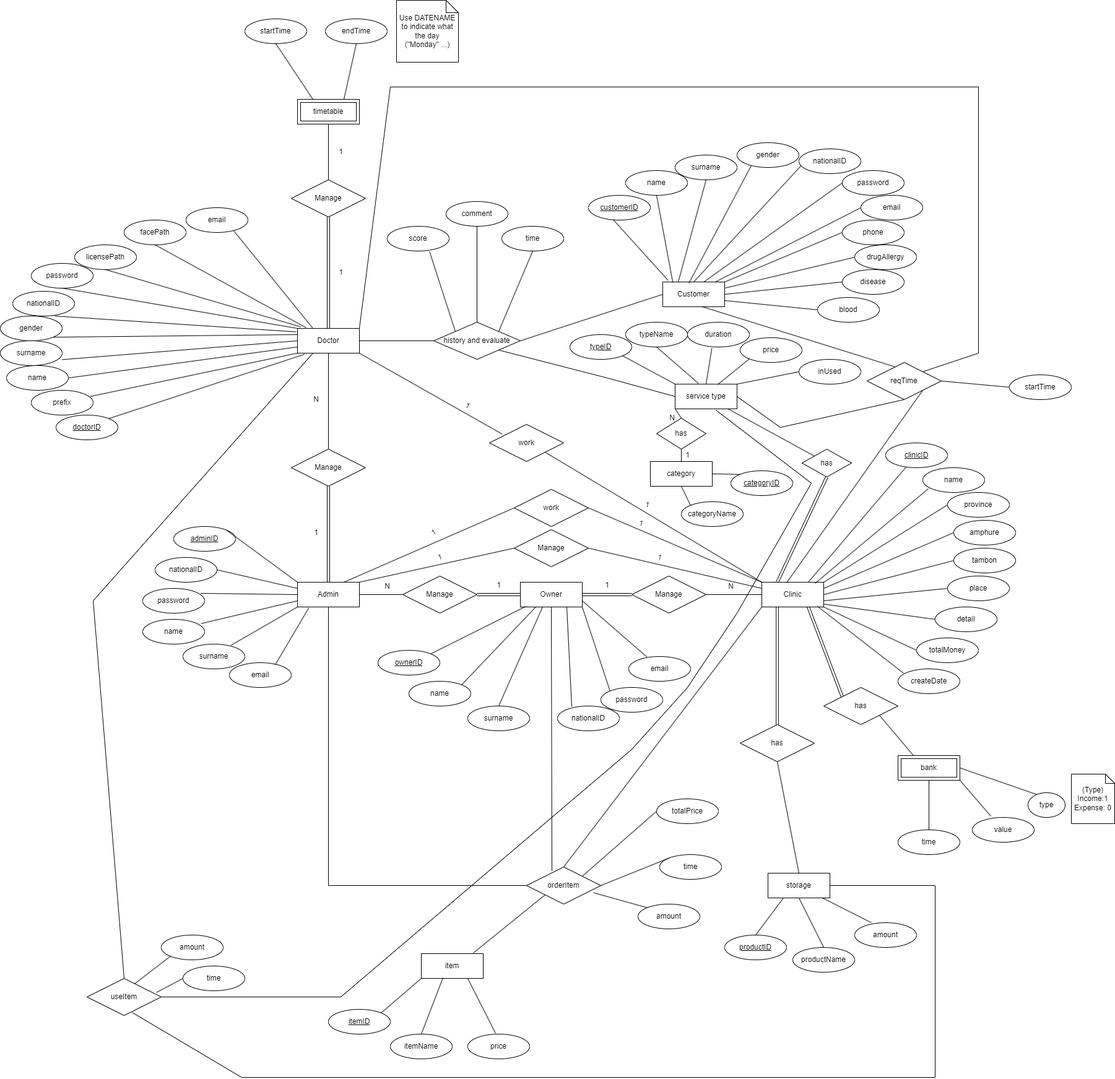
Before: db/er.png, a diagram exported from draw.io (Akaru1xR1N/clinic-project-db). Source tidied: cells renumbered, new cells last; positions are measured from the earlier drawing's top-left corner, leaving out a move shared by most shapes.
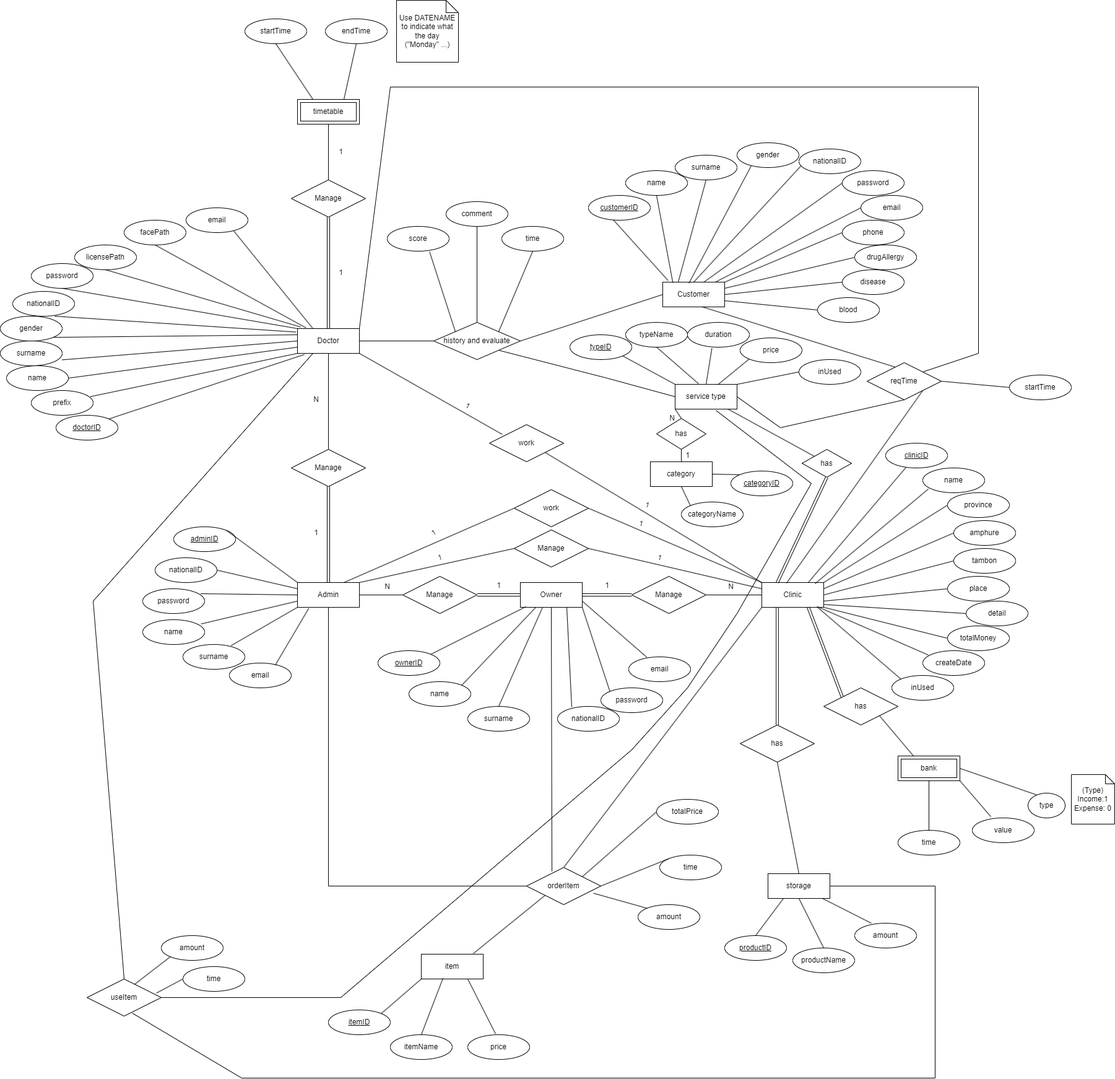
The same diagram one commit later.

Commit message:
Add inUsed state to clinic

Change to the diagram source:
```diff
@@ -123,7 +123,7 @@
       <mxGeometry x="650" y="930" width="120" height="60" as="geometry" />
     </mxCell>
     <mxCell id="42" value="detail" style="ellipse;whiteSpace=wrap;html=1;align=center;" parent="1" vertex="1">
-      <mxGeometry x="1510" y="980" width="100" height="40" as="geometry" />
+      <mxGeometry x="1560" y="970" width="100" height="40" as="geometry" />
     </mxCell>
     <mxCell id="43" style="endArrow=none;html=1;rounded=0;exitX=1;exitY=0.5;exitDx=0;exitDy=0;entryX=0;entryY=0.5;entryDx=0;entryDy=0;" parent="1" edge="1" source="33" target="4">
       <mxGeometry relative="1" as="geometry" />
@@ -279,7 +279,7 @@
       <mxGeometry relative="1" as="geometry" />
     </mxCell>
     <mxCell id="94" value="totalMoney" style="ellipse;whiteSpace=wrap;html=1;align=center;" parent="1" vertex="1">
-      <mxGeometry x="1480" y="1030" width="100" height="40" as="geometry" />
+      <mxGeometry x="1530" y="1010" width="100" height="40" as="geometry" />
     </mxCell>
     <mxCell id="95" style="endArrow=none;html=1;rounded=0;exitX=1;exitY=1;exitDx=0;exitDy=0;entryX=0;entryY=0.5;entryDx=0;entryDy=0;" parent="1" edge="1" source="4" target="94">
       <mxGeometry relative="1" as="geometry" />
@@ -631,7 +631,7 @@
       <mxGeometry relative="1" as="geometry" />
     </mxCell>
     <mxCell id="204" value="createDate" style="ellipse;whiteSpace=wrap;html=1;align=center;" parent="1" vertex="1">
-      <mxGeometry x="1450" y="1080" width="100" height="40" as="geometry" />
+      <mxGeometry x="1490" y="1050" width="100" height="40" as="geometry" />
     </mxCell>
     <mxCell id="205" style="endArrow=none;html=1;rounded=0;exitX=0.9;exitY=0.975;exitDx=0;exitDy=0;exitPerimeter=0;entryX=0.09;entryY=0.175;entryDx=0;entryDy=0;entryPerimeter=0;" parent="1" edge="1" source="4" target="204">
       <mxGeometry relative="1" as="geometry" />
@@ -695,5 +695,11 @@
     <mxCell id="220" value="N" style="text;html=1;align=center;verticalAlign=middle;strokeColor=none;fillColor=none;" parent="1" vertex="1">
       <mxGeometry x="1070" y="660" width="30" height="30" as="geometry" />
     </mxCell>
+    <mxCell id="221" value="inUsed" style="ellipse;whiteSpace=wrap;html=1;align=center;" parent="1" vertex="1">
+      <mxGeometry x="1440" y="1090" width="100" height="40" as="geometry" />
+    </mxCell>
+    <mxCell id="222" style="endArrow=none;html=1;rounded=0;exitX=0.89;exitY=0.975;exitDx=0;exitDy=0;exitPerimeter=0;entryX=0;entryY=0;entryDx=0;entryDy=0;" parent="1" edge="1" source="4" target="221">
+      <mxGeometry relative="1" as="geometry" />
+    </mxCell>
   </root>
 </mxGraphModel>
```
